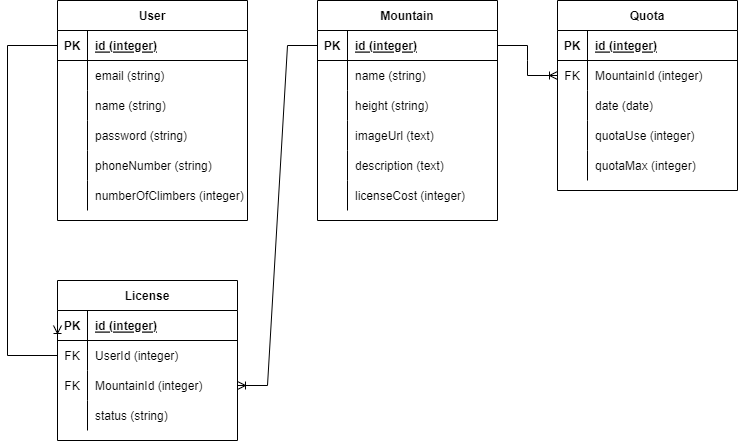
The draw.io diagram erd/ERD.png in rmt-24-xalapa-fox/p2-iproject-server, before a commit. Source tidied: cells renumbered, new cells last; positions are measured from the earlier drawing's top-left corner, leaving out a move shared by most shapes.
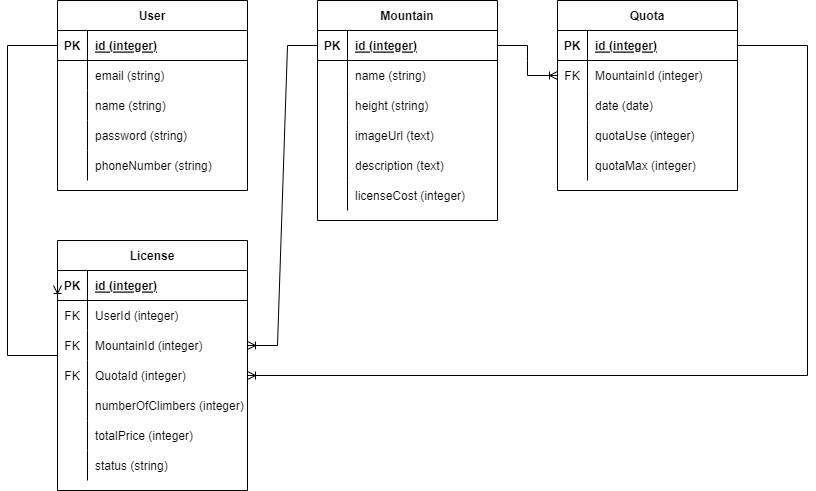
After the change.

Diff of the diagram source:
```diff
@@ -3,7 +3,7 @@
     <mxCell id="0" />
     <mxCell id="1" parent="0" />
     <mxCell id="2" value="User" style="shape=table;startSize=30;rowLines=0;fontStyle=1;align=center;" parent="1" vertex="1">
-      <mxGeometry x="50" width="190" height="220" as="geometry" />
+      <mxGeometry x="50" width="190" height="190" as="geometry" />
     </mxCell>
     <mxCell id="3" style="shape=tableRow;horizontal=0;startSize=0;swimlaneHead=0;swimlaneBody=0;fillColor=none;points=[[0,0.5],[1,0.5]];portConstraint=eastwest;top=0;left=0;right=0;bottom=1;" parent="2" vertex="1">
       <mxGeometry y="30" width="190" height="30" as="geometry" />
@@ -50,15 +50,6 @@
     <mxCell id="17" value="phoneNumber (string)" style="shape=partialRectangle;fillColor=none;top=0;left=0;bottom=0;right=0;align=left;spacingLeft=6;overflow=hidden;" parent="15" vertex="1">
       <mxGeometry x="30" width="160" height="30" as="geometry" />
     </mxCell>
-    <mxCell id="18" style="shape=tableRow;horizontal=0;startSize=0;swimlaneHead=0;swimlaneBody=0;fillColor=none;top=0;left=0;right=0;bottom=0;" parent="2" vertex="1">
-      <mxGeometry y="180" width="190" height="30" as="geometry" />
-    </mxCell>
-    <mxCell id="19" style="shape=partialRectangle;fillColor=none;top=0;left=0;bottom=0;right=0;overflow=hidden;" parent="18" vertex="1">
-      <mxGeometry width="30" height="30" as="geometry" />
-    </mxCell>
-    <mxCell id="20" value="numberOfClimbers (integer)" style="shape=partialRectangle;fillColor=none;top=0;left=0;bottom=0;right=0;align=left;spacingLeft=6;overflow=hidden;" parent="18" vertex="1">
-      <mxGeometry x="30" width="160" height="30" as="geometry" />
-    </mxCell>
     <mxCell id="21" value="Mountain" style="shape=table;startSize=30;rowLines=0;fontStyle=1;align=center;" parent="1" vertex="1">
       <mxGeometry x="310" width="180" height="220" as="geometry" />
     </mxCell>
@@ -117,43 +108,70 @@
       <mxGeometry x="30" width="150" height="30" as="geometry" />
     </mxCell>
     <mxCell id="40" value="License" style="shape=table;startSize=30;rowLines=0;fontStyle=1;align=center;" parent="1" vertex="1">
-      <mxGeometry x="50" y="280" width="180" height="160" as="geometry" />
+      <mxGeometry x="50" y="240" width="190" height="250" as="geometry" />
     </mxCell>
     <mxCell id="41" style="shape=tableRow;horizontal=0;startSize=0;swimlaneHead=0;swimlaneBody=0;fillColor=none;points=[[0,0.5],[1,0.5]];portConstraint=eastwest;top=0;left=0;right=0;bottom=1;" parent="40" vertex="1">
-      <mxGeometry y="30" width="180" height="30" as="geometry" />
+      <mxGeometry y="30" width="190" height="30" as="geometry" />
     </mxCell>
     <mxCell id="42" value="PK" style="shape=partialRectangle;fillColor=none;top=0;left=0;bottom=0;right=0;fontStyle=1;overflow=hidden;" parent="41" vertex="1">
       <mxGeometry width="30" height="30" as="geometry" />
     </mxCell>
     <mxCell id="43" value="id (integer)" style="shape=partialRectangle;fillColor=none;top=0;left=0;bottom=0;right=0;align=left;spacingLeft=6;fontStyle=5;overflow=hidden;" parent="41" vertex="1">
-      <mxGeometry x="30" width="150" height="30" as="geometry" />
+      <mxGeometry x="30" width="160" height="30" as="geometry" />
     </mxCell>
     <mxCell id="44" style="shape=tableRow;horizontal=0;startSize=0;swimlaneHead=0;swimlaneBody=0;fillColor=none;top=0;left=0;right=0;bottom=0;" parent="40" vertex="1">
-      <mxGeometry y="60" width="180" height="30" as="geometry" />
+      <mxGeometry y="60" width="190" height="30" as="geometry" />
     </mxCell>
     <mxCell id="45" value="FK" style="shape=partialRectangle;fillColor=none;top=0;left=0;bottom=0;right=0;overflow=hidden;" parent="44" vertex="1">
       <mxGeometry width="30" height="30" as="geometry" />
     </mxCell>
     <mxCell id="46" value="UserId (integer)" style="shape=partialRectangle;fillColor=none;top=0;left=0;bottom=0;right=0;align=left;spacingLeft=6;overflow=hidden;" parent="44" vertex="1">
-      <mxGeometry x="30" width="150" height="30" as="geometry" />
+      <mxGeometry x="30" width="160" height="30" as="geometry" />
     </mxCell>
     <mxCell id="47" style="shape=tableRow;horizontal=0;startSize=0;swimlaneHead=0;swimlaneBody=0;fillColor=none;points=[[0,0.5],[1,0.5]];portConstraint=eastwest;top=0;left=0;right=0;bottom=0;" parent="40" vertex="1">
-      <mxGeometry y="90" width="180" height="30" as="geometry" />
+      <mxGeometry y="90" width="190" height="30" as="geometry" />
     </mxCell>
     <mxCell id="48" value="FK" style="shape=partialRectangle;fillColor=none;top=0;left=0;bottom=0;right=0;overflow=hidden;" parent="47" vertex="1">
       <mxGeometry width="30" height="30" as="geometry" />
     </mxCell>
     <mxCell id="49" value="MountainId (integer)" style="shape=partialRectangle;fillColor=none;top=0;left=0;bottom=0;right=0;align=left;spacingLeft=6;overflow=hidden;" parent="47" vertex="1">
-      <mxGeometry x="30" width="150" height="30" as="geometry" />
+      <mxGeometry x="30" width="160" height="30" as="geometry" />
     </mxCell>
+    <mxCell id="72" style="shape=tableRow;horizontal=0;startSize=0;swimlaneHead=0;swimlaneBody=0;fillColor=none;points=[[0,0.5],[1,0.5]];portConstraint=eastwest;top=0;left=0;right=0;bottom=0;" parent="40" vertex="1">
+      <mxGeometry y="120" width="190" height="30" as="geometry" />
+    </mxCell>
+    <mxCell id="73" value="FK" style="shape=partialRectangle;fillColor=none;top=0;left=0;bottom=0;right=0;fontStyle=0;overflow=hidden;" parent="72" vertex="1">
+      <mxGeometry width="30" height="30" as="geometry" />
+    </mxCell>
+    <mxCell id="74" value="QuotaId (integer)" style="shape=partialRectangle;fillColor=none;top=0;left=0;bottom=0;right=0;align=left;spacingLeft=6;fontStyle=0;overflow=hidden;" parent="72" vertex="1">
+      <mxGeometry x="30" width="160" height="30" as="geometry" />
+    </mxCell>
+    <mxCell id="75" style="shape=tableRow;horizontal=0;startSize=0;swimlaneHead=0;swimlaneBody=0;fillColor=none;top=0;left=0;right=0;bottom=0;" parent="40" vertex="1">
+      <mxGeometry y="150" width="190" height="30" as="geometry" />
+    </mxCell>
+    <mxCell id="76" style="shape=partialRectangle;fillColor=none;top=0;left=0;bottom=0;right=0;overflow=hidden;" parent="75" vertex="1">
+      <mxGeometry width="30" height="30" as="geometry" />
+    </mxCell>
+    <mxCell id="20" value="numberOfClimbers (integer)" style="shape=partialRectangle;fillColor=none;top=0;left=0;bottom=0;right=0;align=left;spacingLeft=6;overflow=hidden;" parent="75" vertex="1">
+      <mxGeometry x="30" width="160" height="30" as="geometry" />
+    </mxCell>
+    <mxCell id="18" style="shape=tableRow;horizontal=0;startSize=0;swimlaneHead=0;swimlaneBody=0;fillColor=none;top=0;left=0;right=0;bottom=0;" parent="40" vertex="1">
+      <mxGeometry y="180" width="190" height="30" as="geometry" />
+    </mxCell>
+    <mxCell id="77" style="shape=partialRectangle;fillColor=none;top=0;left=0;bottom=0;right=0;overflow=hidden;" parent="18" vertex="1">
+      <mxGeometry width="30" height="30" as="geometry" />
+    </mxCell>
+    <mxCell id="78" value="totalPrice (integer)" style="shape=partialRectangle;fillColor=none;top=0;left=0;bottom=0;right=0;align=left;spacingLeft=6;overflow=hidden;" parent="18" vertex="1">
+      <mxGeometry x="30" width="160" height="30" as="geometry" />
+    </mxCell>
     <mxCell id="50" style="shape=tableRow;horizontal=0;startSize=0;swimlaneHead=0;swimlaneBody=0;fillColor=none;top=0;left=0;right=0;bottom=0;" parent="40" vertex="1">
-      <mxGeometry y="120" width="180" height="30" as="geometry" />
+      <mxGeometry y="210" width="190" height="30" as="geometry" />
     </mxCell>
     <mxCell id="51" style="shape=partialRectangle;fillColor=none;top=0;left=0;bottom=0;right=0;overflow=hidden;" parent="50" vertex="1">
       <mxGeometry width="30" height="30" as="geometry" />
     </mxCell>
     <mxCell id="52" value="status (string)" style="shape=partialRectangle;fillColor=none;top=0;left=0;bottom=0;right=0;align=left;spacingLeft=6;overflow=hidden;" parent="50" vertex="1">
-      <mxGeometry x="30" width="150" height="30" as="geometry" />
+      <mxGeometry x="30" width="160" height="30" as="geometry" />
     </mxCell>
     <mxCell id="53" value="Quota" style="shape=table;startSize=30;rowLines=0;fontStyle=1;align=center;" parent="1" vertex="1">
       <mxGeometry x="550" width="180" height="190" as="geometry" />
@@ -217,5 +235,13 @@
     <mxCell id="71" style="edgeStyle=entityRelationEdgeStyle;fontSize=12;html=1;endArrow=ERoneToMany;rounded=0;" parent="1" edge="1" source="22" target="57">
       <mxGeometry relative="1" as="geometry" />
     </mxCell>
+    <mxCell id="79" style="edgeStyle=orthogonalEdgeStyle;fontSize=12;html=1;endArrow=ERoneToMany;rounded=0;" parent="1" edge="1" source="54" target="72">
+      <mxGeometry relative="1" as="geometry">
+        <Array as="points">
+          <mxPoint x="800" y="45" />
+          <mxPoint x="800" y="375" />
+        </Array>
+      </mxGeometry>
+    </mxCell>
   </root>
 </mxGraphModel>
```
